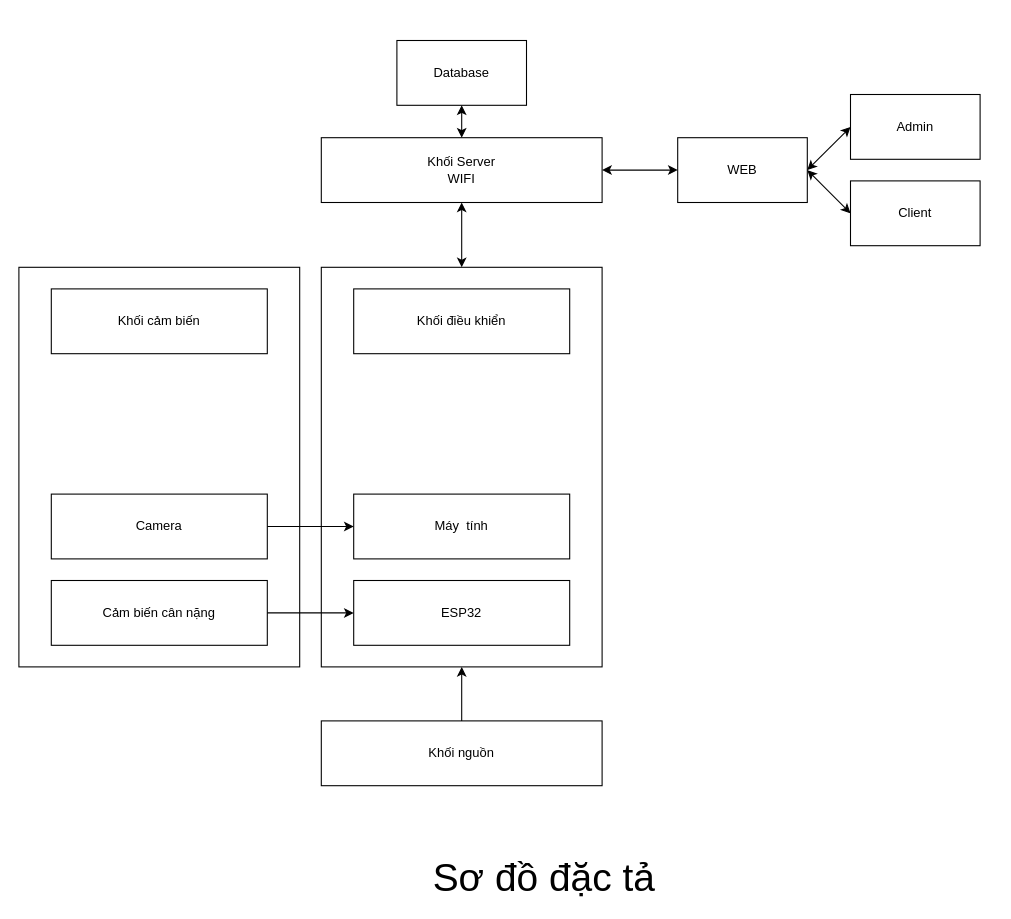
The draw.io diagram Untitled Diagram.drawio in thangdomanh/DOAN2, before the edit. Source tidied: cells renumbered, new cells numbered last; positions are measured from the earlier drawing's top-left corner, leaving out a move shared by most shapes. Both pictures are drawn from the tidied source at 108%, with x=0, y=0 at pixel (18, 40).
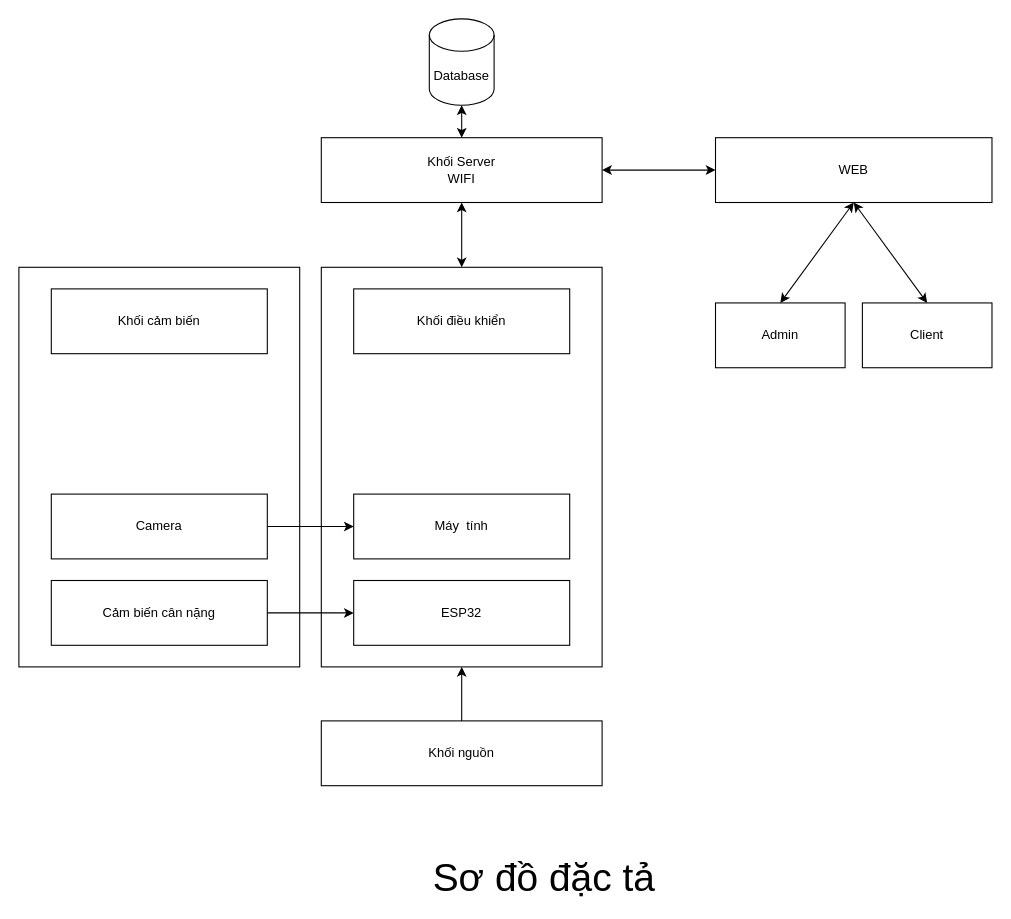
The same page after the edit.

Unchanged cells that the change refers to:
```xml
<mxCell id="10" value="Khối Server&lt;br&gt;WIFI" style="rounded=0;whiteSpace=wrap;html=1;" parent="1" vertex="1">
  <mxGeometry x="280" y="90" width="260" height="60" as="geometry" />
</mxCell>
```

What changed in the source:
```diff
@@
-    <mxCell id="12" value="WEB" style="rounded=0;whiteSpace=wrap;html=1;" parent="1" vertex="1">
-      <mxGeometry x="610" y="90" width="120" height="60" as="geometry" />
-    </mxCell>
-    <mxCell id="13" value="Database" style="rounded=0;whiteSpace=wrap;html=1;" parent="1" vertex="1">
-      <mxGeometry x="350" width="120" height="60" as="geometry" />
-    </mxCell>
     <mxCell id="14" value="Admin" style="rounded=0;whiteSpace=wrap;html=1;" parent="1" vertex="1">
-      <mxGeometry x="770" y="50" width="120" height="60" as="geometry" />
+      <mxGeometry x="645" y="243" width="120" height="60" as="geometry" />
     </mxCell>
     <mxCell id="15" value="Client" style="rounded=0;whiteSpace=wrap;html=1;" parent="1" vertex="1">
-      <mxGeometry x="770" y="130" width="120" height="60" as="geometry" />
+      <mxGeometry x="781" y="243" width="120" height="60" as="geometry" />
     </mxCell>
-    <mxCell id="16" style="endArrow=classic;startArrow=classic;html=1;rounded=0;entryX=0;entryY=0.5;entryDx=0;entryDy=0;" parent="1" edge="1" target="14">
-      <mxGeometry relative="1" as="geometry">
-        <mxPoint x="730" y="120" as="sourcePoint" />
-      </mxGeometry>
-    </mxCell>
-    <mxCell id="17" style="endArrow=classic;startArrow=classic;html=1;rounded=0;exitX=0;exitY=0.5;exitDx=0;exitDy=0;entryX=1;entryY=0.5;entryDx=0;entryDy=0;" parent="1" edge="1" source="15" target="12">
-      <mxGeometry relative="1" as="geometry" />
-    </mxCell>
@@
-    <mxCell id="20" style="endArrow=classic;startArrow=classic;html=1;rounded=0;entryX=0.5;entryY=1;entryDx=0;entryDy=0;exitX=0.5;exitY=0;exitDx=0;exitDy=0;" parent="1" edge="1" source="10" target="13">
-      <mxGeometry relative="1" as="geometry" />
+    <mxCell id="20" style="endArrow=classic;startArrow=classic;html=1;rounded=0;entryX=0.5;entryY=1;entryDx=0;entryDy=0;exitX=0.5;exitY=0;exitDx=0;exitDy=0;" parent="1" edge="1" source="10">
+      <mxGeometry relative="1" as="geometry">
+        <mxPoint x="410" y="60" as="targetPoint" />
+      </mxGeometry>
     </mxCell>
@@
+    <mxCell id="25" style="endArrow=classic;startArrow=classic;html=1;rounded=0;entryX=0;entryY=0.5;entryDx=0;entryDy=0;" parent="1" edge="1" target="12">
+      <mxGeometry relative="1" as="geometry">
+        <mxPoint x="730" y="120" as="sourcePoint" />
+      </mxGeometry>
+    </mxCell>
+    <mxCell id="12" value="WEB" style="rounded=0;whiteSpace=wrap;html=1;" parent="1" vertex="1">
+      <mxGeometry x="645" y="90" width="256" height="60" as="geometry" />
+    </mxCell>
+    <mxCell id="17" style="endArrow=classic;startArrow=classic;html=1;rounded=0;entryX=0.5;entryY=1;entryDx=0;entryDy=0;exitX=0.5;exitY=0;exitDx=0;exitDy=0;" parent="1" edge="1" source="15" target="12">
+      <mxGeometry relative="1" as="geometry" />
+    </mxCell>
+    <mxCell id="26" style="endArrow=classic;startArrow=classic;html=1;rounded=0;entryX=0.5;entryY=1;entryDx=0;entryDy=0;exitX=0.5;exitY=0;exitDx=0;exitDy=0;" parent="1" edge="1" source="14" target="12">
+      <mxGeometry relative="1" as="geometry" />
+    </mxCell>
+    <mxCell id="13" value="Database" style="shape=cylinder3;whiteSpace=wrap;html=1;boundedLbl=1;backgroundOutline=1;size=15;" parent="1" vertex="1">
+      <mxGeometry x="380" y="-20" width="60" height="80" as="geometry" />
+    </mxCell>
```
